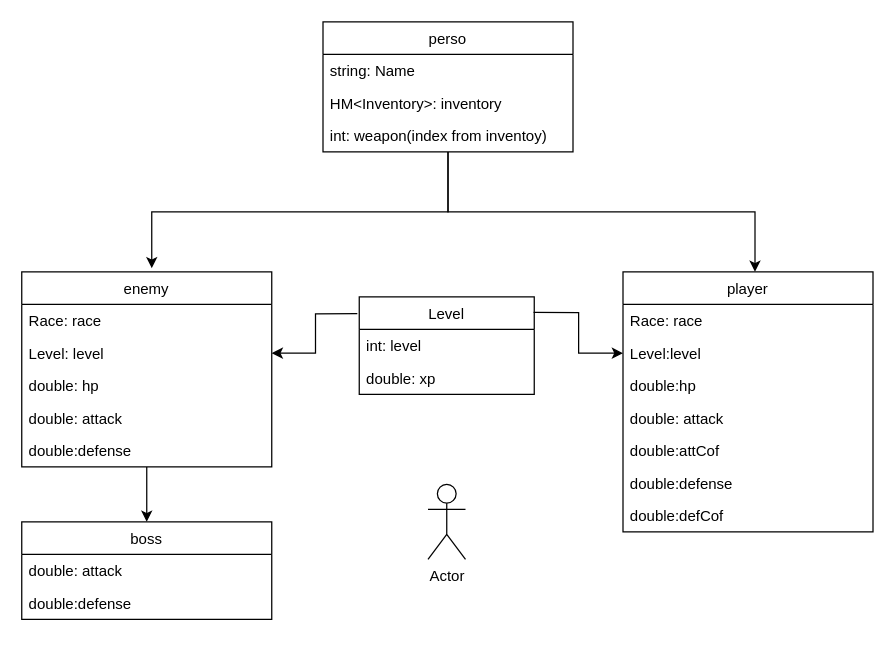
Earlier version of the draw.io diagram page "person" (1 of 3) of src/plan/projectDiagram.drawio (vfedychkanych/MyPlayProj). Source tidied: cells renumbered, new cells numbered last; positions are measured from the earlier drawing's top-left corner, leaving out a move shared by most shapes. Both pictures are drawn from the tidied source at 125%, with x=0, y=0 at pixel (21, 21).
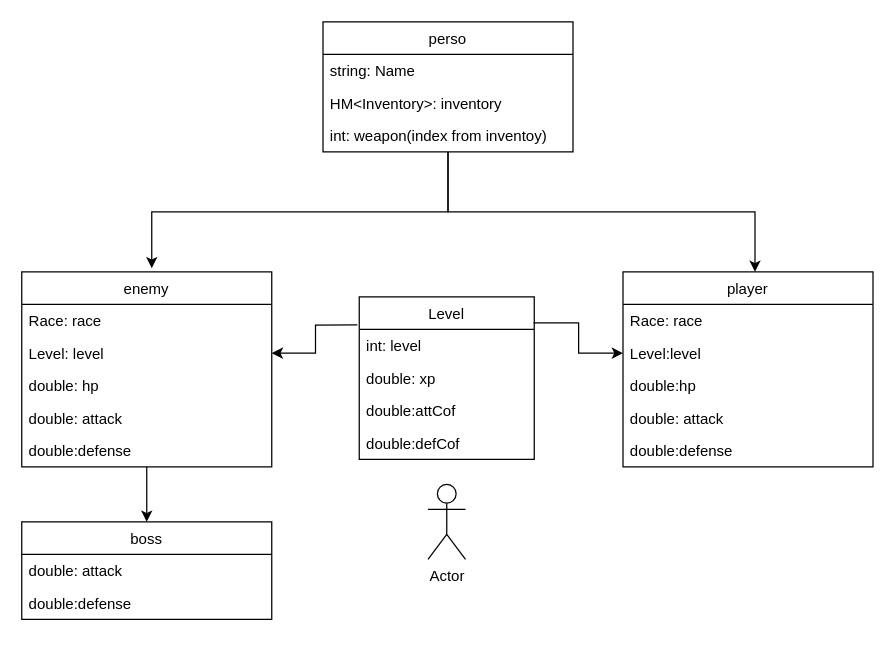
After the change.

The edit, as a diff of the source:
```diff
@@
     <mxCell id="16" value="player" style="swimlane;fontStyle=0;horizontal=1;startSize=26;fillColor=none;" parent="1" vertex="1">
-      <mxGeometry x="480.9" y="200" width="200" height="208" as="geometry" />
+      <mxGeometry x="480.9" y="200" width="200" height="156" as="geometry" />
     </mxCell>
@@
-    <mxCell id="21" value="double:attCof" style="text;strokeColor=none;fillColor=none;align=left;verticalAlign=top;spacingLeft=4;spacingRight=4;overflow=hidden;" parent="16" vertex="1">
-      <mxGeometry y="130" width="200" height="26" as="geometry" />
-    </mxCell>
     <mxCell id="22" value="double:defense" style="text;strokeColor=none;fillColor=none;align=left;verticalAlign=top;spacingLeft=4;spacingRight=4;overflow=hidden;" parent="16" vertex="1">
-      <mxGeometry y="156" width="200" height="26" as="geometry" />
+      <mxGeometry y="130" width="200" height="26" as="geometry" />
     </mxCell>
-    <mxCell id="23" value="double:defCof" style="text;strokeColor=none;fillColor=none;align=left;verticalAlign=top;spacingLeft=4;spacingRight=4;overflow=hidden;" parent="16" vertex="1">
-      <mxGeometry y="182" width="200" height="26" as="geometry" />
-    </mxCell>
@@
     <mxCell id="29" value="Level" style="swimlane;fontStyle=0;horizontal=1;startSize=26;fillColor=none;" parent="1" vertex="1">
-      <mxGeometry x="269.9" y="220" width="140" height="78" as="geometry" />
+      <mxGeometry x="269.9" y="220" width="140" height="130" as="geometry" />
     </mxCell>
@@
+    <mxCell id="21" value="double:attCof" style="text;strokeColor=none;fillColor=none;align=left;verticalAlign=top;spacingLeft=4;spacingRight=4;overflow=hidden;" parent="29" vertex="1">
+      <mxGeometry y="78" width="140" height="26" as="geometry" />
+    </mxCell>
+    <mxCell id="23" value="double:defCof" style="text;strokeColor=none;fillColor=none;align=left;verticalAlign=top;spacingLeft=4;spacingRight=4;overflow=hidden;" parent="29" vertex="1">
+      <mxGeometry y="104" width="140" height="26" as="geometry" />
+    </mxCell>
@@
+    <mxCell id="33" style="text;strokeColor=none;fillColor=none;align=left;verticalAlign=top;spacingLeft=4;spacingRight=4;overflow=hidden;" parent="1" vertex="1">
+      <mxGeometry x="269.9" y="350" width="140" height="26" as="geometry" />
+    </mxCell>
+    <mxCell id="34" style="text;strokeColor=none;fillColor=none;align=left;verticalAlign=top;spacingLeft=4;spacingRight=4;overflow=hidden;" parent="1" vertex="1">
+      <mxGeometry x="269.9" y="324" width="140" height="26" as="geometry" />
+    </mxCell>
```
